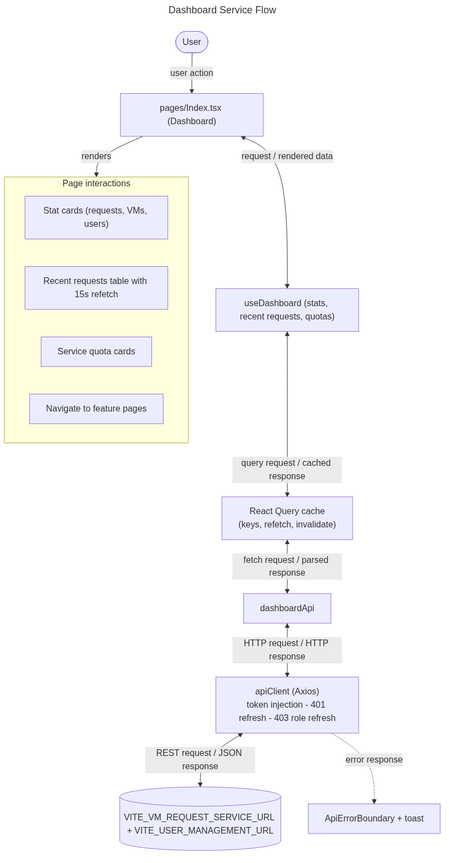
Above: docs/flowcharts/png/dashboard.png in sayeeduddinofficial/user-table-view (Mermaid), before the change. Its source is kept beside it as docs/flowcharts/dashboard.mmd. The source it was exported from:
```mermaid
---
title: Dashboard Service Flow
---
flowchart TD
  U([User]) -->|"user action"| P["pages/Index.tsx (Dashboard)"]
  P <-->|"request / rendered data"| H["useDashboard (stats, recent requests, quotas)"]
  H <-->|"query request / cached response"| Q["React Query cache<br/>(keys, refetch, invalidate)"]
  Q <-->|"fetch request / parsed response"| A["dashboardApi"]
  A <-->|"HTTP request / HTTP response"| C["apiClient (Axios)<br/>token injection - 401 refresh - 403 role refresh"]
  C <-->|"REST request / JSON response"| S[("VITE_VM_REQUEST_SERVICE_URL + VITE_USER_MANAGEMENT_URL")]
  P -->|"renders"| UI
  subgraph UI[Page interactions]
    S0["Stat cards (requests, VMs, users)"]
    S1["Recent requests table with 15s refetch"]
    S2["Service quota cards"]
    S3["Navigate to feature pages"]
  end
  C -. "error response" .-> E["ApiErrorBoundary + toast"]
```
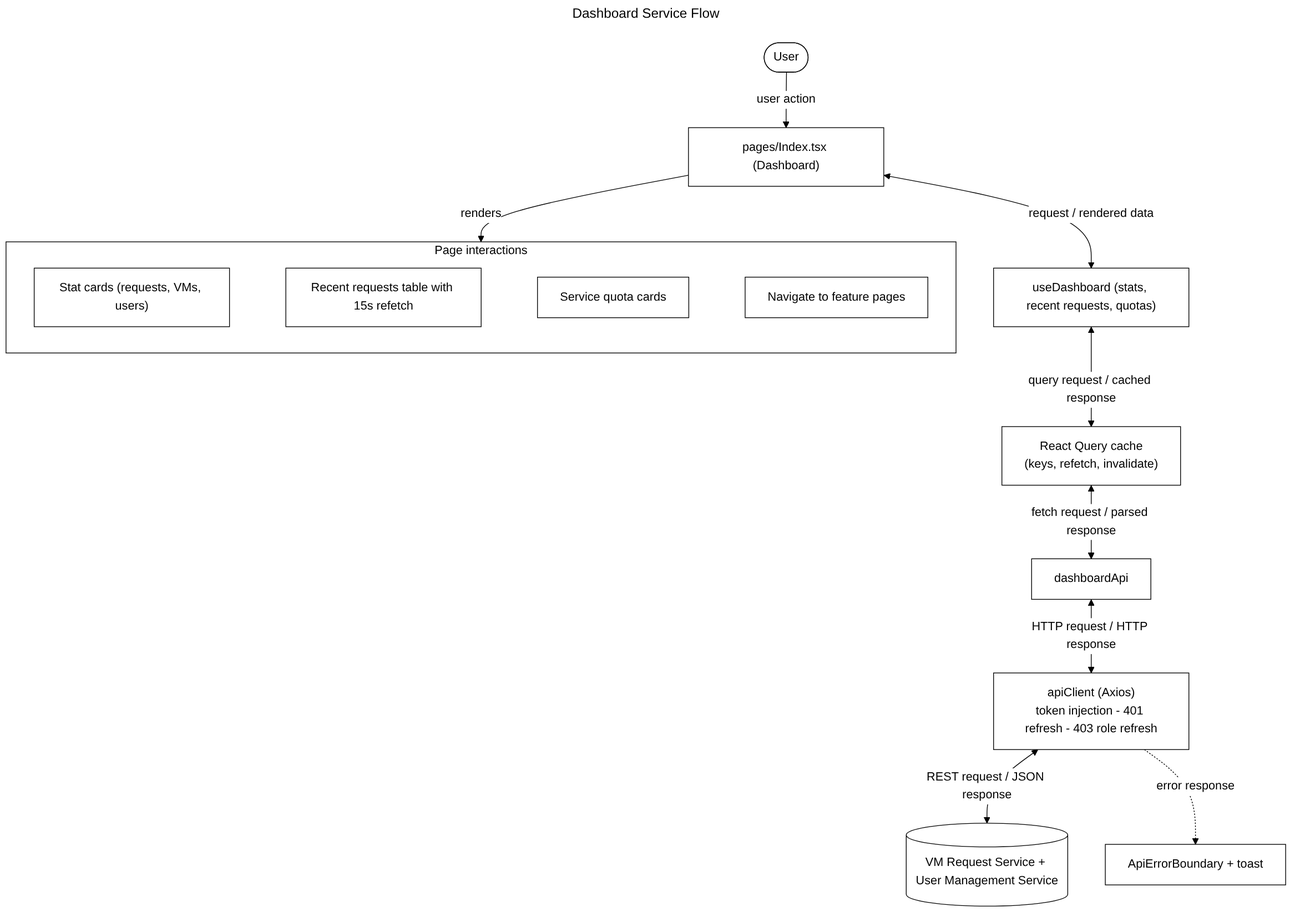
Above is the later version.

Change to the diagram source:
```diff
@@ -7,12 +7,14 @@
   H <-->|"query request / cached response"| Q["React Query cache<br/>(keys, refetch, invalidate)"]
   Q <-->|"fetch request / parsed response"| A["dashboardApi"]
   A <-->|"HTTP request / HTTP response"| C["apiClient (Axios)<br/>token injection - 401 refresh - 403 role refresh"]
-  C <-->|"REST request / JSON response"| S[("VITE_VM_REQUEST_SERVICE_URL + VITE_USER_MANAGEMENT_URL")]
+  C <-->|"REST request / JSON response"| S[("VM Request Service + User Management Service")]
   P -->|"renders"| UI
   subgraph UI[Page interactions]
+    direction LR
     S0["Stat cards (requests, VMs, users)"]
     S1["Recent requests table with 15s refetch"]
     S2["Service quota cards"]
     S3["Navigate to feature pages"]
+    S0 ~~~ S1 ~~~ S2 ~~~ S3
   end
   C -. "error response" .-> E["ApiErrorBoundary + toast"]
```
